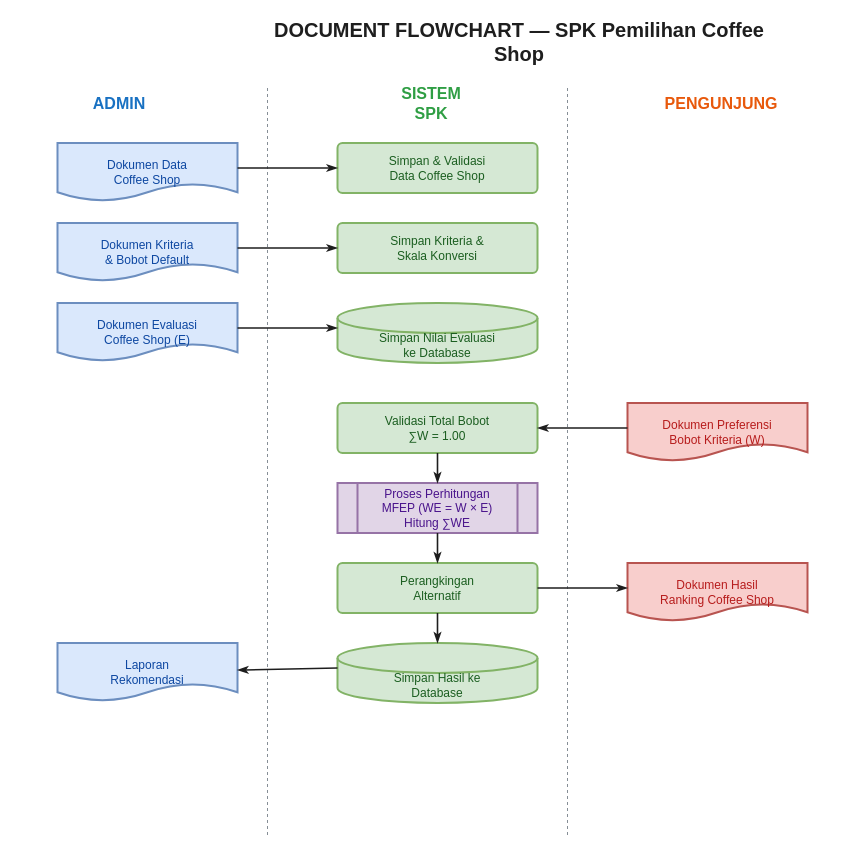
akbarwijayaa/ansi-07 keeps this draw.io diagram as drawio/document_flowchart.drawio. Above is the earlier version. Source tidied: cells renumbered, new cells numbered last; positions are measured from the earlier drawing's top-left corner, leaving out a move shared by most shapes. Both pictures are drawn from the tidied source at 100%, with x=0, y=0 at pixel (57, 28).
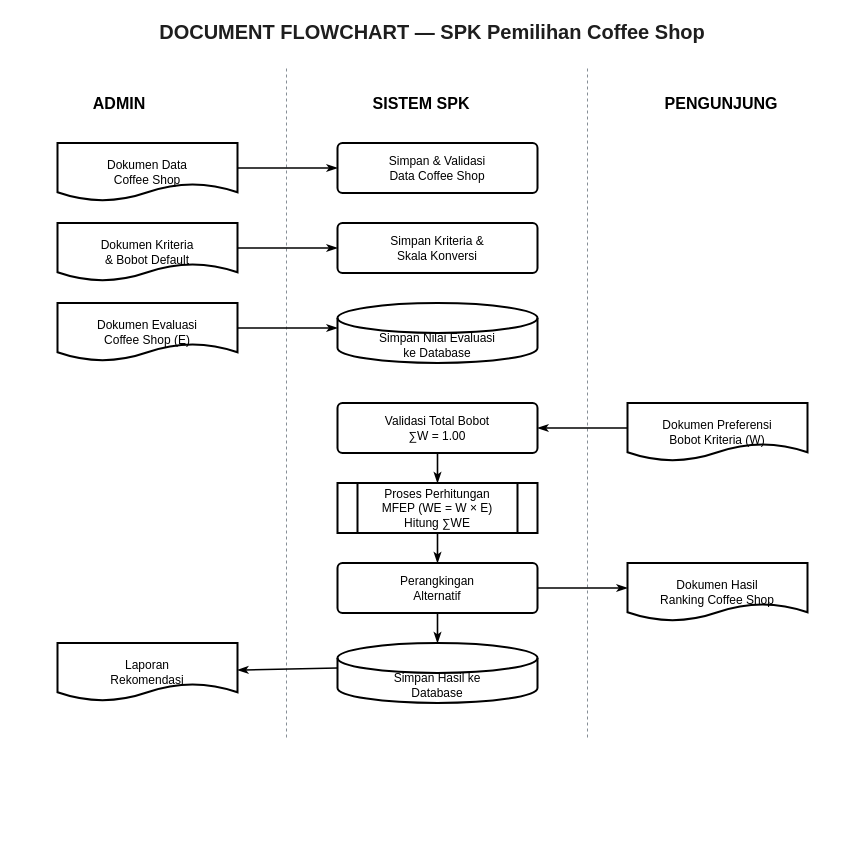
Above is the later version.

Change to the diagram source:
```diff
@@
-    <mxCell id="2" value="Dokumen Data&lt;br&gt;Coffee Shop" style="shape=document;fillColor=#dae8fc;strokeColor=#6c8ebf;fontColor=#0D47A1;fontSize=12;strokeWidth=2;shadow=0;html=1;whiteSpace=wrap;align=center;verticalAlign=middle;" parent="1" vertex="1">
+    <mxCell id="2" value="Dokumen Data&lt;br&gt;Coffee Shop" style="shape=document;fontSize=12;strokeWidth=2;shadow=0;html=1;whiteSpace=wrap;align=center;verticalAlign=middle;" parent="1" vertex="1">
       <mxGeometry y="114.5" width="180" height="58" as="geometry" />
     </mxCell>
-    <mxCell id="3" value="Simpan &amp; Validasi&lt;br&gt;Data Coffee Shop" style="rounded=1;arcSize=10;fillColor=#d5e8d4;strokeColor=#82b366;fontColor=#1B5E20;fontSize=12;strokeWidth=2;shadow=0;html=1;whiteSpace=wrap;align=center;verticalAlign=middle;" parent="1" vertex="1">
+    <mxCell id="3" value="Simpan &amp;amp; Validasi&lt;br&gt;Data Coffee Shop" style="rounded=1;arcSize=10;fontSize=12;strokeWidth=2;shadow=0;html=1;whiteSpace=wrap;align=center;verticalAlign=middle;" parent="1" vertex="1">
       <mxGeometry x="280" y="114.5" width="200" height="50" as="geometry" />
     </mxCell>
-    <mxCell id="4" value="Dokumen Kriteria&lt;br&gt;&amp; Bobot Default" style="shape=document;fillColor=#dae8fc;strokeColor=#6c8ebf;fontColor=#0D47A1;fontSize=12;strokeWidth=2;shadow=0;html=1;whiteSpace=wrap;align=center;verticalAlign=middle;" parent="1" vertex="1">
+    <mxCell id="4" value="Dokumen Kriteria&lt;br&gt;&amp;amp; Bobot Default" style="shape=document;fontSize=12;strokeWidth=2;shadow=0;html=1;whiteSpace=wrap;align=center;verticalAlign=middle;" parent="1" vertex="1">
       <mxGeometry y="194.5" width="180" height="58" as="geometry" />
     </mxCell>
-    <mxCell id="5" value="Simpan Kriteria &amp;&lt;br&gt;Skala Konversi" style="rounded=1;arcSize=10;fillColor=#d5e8d4;strokeColor=#82b366;fontColor=#1B5E20;fontSize=12;strokeWidth=2;shadow=0;html=1;whiteSpace=wrap;align=center;verticalAlign=middle;" parent="1" vertex="1">
+    <mxCell id="5" value="Simpan Kriteria &amp;amp;&lt;br&gt;Skala Konversi" style="rounded=1;arcSize=10;fontSize=12;strokeWidth=2;shadow=0;html=1;whiteSpace=wrap;align=center;verticalAlign=middle;" parent="1" vertex="1">
       <mxGeometry x="280" y="194.5" width="200" height="50" as="geometry" />
     </mxCell>
-    <mxCell id="6" value="Dokumen Evaluasi&lt;br&gt;Coffee Shop (E)" style="shape=document;fillColor=#dae8fc;strokeColor=#6c8ebf;fontColor=#0D47A1;fontSize=12;strokeWidth=2;shadow=0;html=1;whiteSpace=wrap;align=center;verticalAlign=middle;" parent="1" vertex="1">
+    <mxCell id="6" value="Dokumen Evaluasi&lt;br&gt;Coffee Shop (E)" style="shape=document;fontSize=12;strokeWidth=2;shadow=0;html=1;whiteSpace=wrap;align=center;verticalAlign=middle;" parent="1" vertex="1">
       <mxGeometry y="274.5" width="180" height="58" as="geometry" />
     </mxCell>
-    <mxCell id="7" value="Simpan Nilai Evaluasi&lt;br&gt;ke Database" style="shape=cylinder3;boundedLbl=1;backgroundOutline=1;size=15;fillColor=#d5e8d4;strokeColor=#82b366;fontColor=#1B5E20;fontSize=12;strokeWidth=2;shadow=0;html=1;whiteSpace=wrap;align=center;verticalAlign=middle;" parent="1" vertex="1">
+    <mxCell id="7" value="Simpan Nilai Evaluasi&lt;br&gt;ke Database" style="shape=cylinder3;boundedLbl=1;backgroundOutline=1;size=15;fontSize=12;strokeWidth=2;shadow=0;html=1;whiteSpace=wrap;align=center;verticalAlign=middle;" parent="1" vertex="1">
       <mxGeometry x="280" y="274.5" width="200" height="60" as="geometry" />
     </mxCell>
-    <mxCell id="8" value="Dokumen Preferensi&lt;br&gt;Bobot Kriteria (W)" style="shape=document;fillColor=#f8cecc;strokeColor=#b85450;fontColor=#B71C1C;fontSize=12;strokeWidth=2;shadow=0;html=1;whiteSpace=wrap;align=center;verticalAlign=middle;" parent="1" vertex="1">
+    <mxCell id="8" value="Dokumen Preferensi&lt;br&gt;Bobot Kriteria (W)" style="shape=document;fontSize=12;strokeWidth=2;shadow=0;html=1;whiteSpace=wrap;align=center;verticalAlign=middle;" parent="1" vertex="1">
       <mxGeometry x="570" y="374.5" width="180" height="58" as="geometry" />
     </mxCell>
-    <mxCell id="9" value="Validasi Total Bobot&lt;br&gt;∑W = 1.00" style="rounded=1;arcSize=10;fillColor=#d5e8d4;strokeColor=#82b366;fontColor=#1B5E20;fontSize=12;strokeWidth=2;shadow=0;html=1;whiteSpace=wrap;align=center;verticalAlign=middle;" parent="1" vertex="1">
+    <mxCell id="9" value="Validasi Total Bobot&lt;br&gt;∑W = 1.00" style="rounded=1;arcSize=10;fontSize=12;strokeWidth=2;shadow=0;html=1;whiteSpace=wrap;align=center;verticalAlign=middle;" parent="1" vertex="1">
       <mxGeometry x="280" y="374.5" width="200" height="50" as="geometry" />
     </mxCell>
-    <mxCell id="10" value="Proses Perhitungan&lt;br&gt;MFEP (WE = W × E)&lt;br&gt;Hitung ∑WE" style="shape=process;fillColor=#e1d5e7;strokeColor=#9673a6;fontColor=#4A148C;fontSize=12;strokeWidth=2;shadow=0;html=1;whiteSpace=wrap;align=center;verticalAlign=middle;" parent="1" vertex="1">
+    <mxCell id="10" value="Proses Perhitungan&lt;br&gt;MFEP (WE = W × E)&lt;br&gt;Hitung ∑WE" style="shape=process;fontSize=12;strokeWidth=2;shadow=0;html=1;whiteSpace=wrap;align=center;verticalAlign=middle;" parent="1" vertex="1">
       <mxGeometry x="280" y="454.5" width="200" height="50" as="geometry" />
     </mxCell>
-    <mxCell id="11" value="Perangkingan&lt;br&gt;Alternatif" style="rounded=1;arcSize=10;fillColor=#d5e8d4;strokeColor=#82b366;fontColor=#1B5E20;fontSize=12;strokeWidth=2;shadow=0;html=1;whiteSpace=wrap;align=center;verticalAlign=middle;" parent="1" vertex="1">
+    <mxCell id="11" value="Perangkingan&lt;br&gt;Alternatif" style="rounded=1;arcSize=10;fontSize=12;strokeWidth=2;shadow=0;html=1;whiteSpace=wrap;align=center;verticalAlign=middle;" parent="1" vertex="1">
       <mxGeometry x="280" y="534.5" width="200" height="50" as="geometry" />
     </mxCell>
-    <mxCell id="12" value="Dokumen Hasil&lt;br&gt;Ranking Coffee Shop" style="shape=document;fillColor=#f8cecc;strokeColor=#b85450;fontColor=#B71C1C;fontSize=12;strokeWidth=2;shadow=0;html=1;whiteSpace=wrap;align=center;verticalAlign=middle;" parent="1" vertex="1">
+    <mxCell id="12" value="Dokumen Hasil&lt;br&gt;Ranking Coffee Shop" style="shape=document;fontSize=12;strokeWidth=2;shadow=0;html=1;whiteSpace=wrap;align=center;verticalAlign=middle;" parent="1" vertex="1">
       <mxGeometry x="570" y="534.5" width="180" height="58" as="geometry" />
     </mxCell>
-    <mxCell id="13" value="Simpan Hasil ke&lt;br&gt;Database" style="shape=cylinder3;boundedLbl=1;backgroundOutline=1;size=15;fillColor=#d5e8d4;strokeColor=#82b366;fontColor=#1B5E20;fontSize=12;strokeWidth=2;shadow=0;html=1;whiteSpace=wrap;align=center;verticalAlign=middle;" parent="1" vertex="1">
+    <mxCell id="13" value="Simpan Hasil ke&lt;br&gt;Database" style="shape=cylinder3;boundedLbl=1;backgroundOutline=1;size=15;fontSize=12;strokeWidth=2;shadow=0;html=1;whiteSpace=wrap;align=center;verticalAlign=middle;" parent="1" vertex="1">
       <mxGeometry x="280" y="614.5" width="200" height="60" as="geometry" />
     </mxCell>
-    <mxCell id="14" value="Laporan&lt;br&gt;Rekomendasi" style="shape=document;fillColor=#dae8fc;strokeColor=#6c8ebf;fontColor=#0D47A1;fontSize=12;strokeWidth=2;shadow=0;html=1;whiteSpace=wrap;align=center;verticalAlign=middle;" parent="1" vertex="1">
+    <mxCell id="14" value="Laporan&lt;br&gt;Rekomendasi" style="shape=document;fontSize=12;strokeWidth=2;shadow=0;html=1;whiteSpace=wrap;align=center;verticalAlign=middle;" parent="1" vertex="1">
       <mxGeometry y="614.5" width="180" height="58" as="geometry" />
     </mxCell>
     <mxCell id="15" value="DOCUMENT FLOWCHART — SPK Pemilihan Coffee Shop" style="text;html=1;strokeColor=none;fillColor=none;fontColor=#1e1e1e;fontSize=20;align=center;verticalAlign=middle;whiteSpace=wrap;fontStyle=1;" parent="1" vertex="1">
-      <mxGeometry x="209" width="506" height="25" as="geometry" />
+      <mxGeometry x="-40" y="-10" width="830" height="25" as="geometry" />
     </mxCell>
-    <mxCell id="16" value="ADMIN" style="text;html=1;strokeColor=none;fillColor=none;fontColor=#1971c2;fontSize=16;align=center;verticalAlign=middle;whiteSpace=wrap;fontStyle=1;" parent="1" vertex="1">
+    <mxCell id="16" value="ADMIN" style="text;html=1;fontSize=16;align=center;verticalAlign=middle;whiteSpace=wrap;fontStyle=1;" parent="1" vertex="1">
       <mxGeometry x="40" y="64.5" width="44" height="20" as="geometry" />
     </mxCell>
-    <mxCell id="17" value="SISTEM SPK" style="text;html=1;strokeColor=none;fillColor=none;fontColor=#2f9e44;fontSize=16;align=center;verticalAlign=middle;whiteSpace=wrap;fontStyle=1;" parent="1" vertex="1">
-      <mxGeometry x="330" y="64.5" width="88" height="20" as="geometry" />
+    <mxCell id="17" value="SISTEM SPK" style="text;html=1;fontSize=16;align=center;verticalAlign=middle;whiteSpace=wrap;fontStyle=1;" parent="1" vertex="1">
+      <mxGeometry x="300" y="64.5" width="128" height="20" as="geometry" />
     </mxCell>
-    <mxCell id="18" value="PENGUNJUNG" style="text;html=1;strokeColor=none;fillColor=none;fontColor=#e8590c;fontSize=16;align=center;verticalAlign=middle;whiteSpace=wrap;fontStyle=1;" parent="1" vertex="1">
+    <mxCell id="18" value="PENGUNJUNG" style="text;html=1;fontSize=16;align=center;verticalAlign=middle;whiteSpace=wrap;fontStyle=1;" parent="1" vertex="1">
       <mxGeometry x="620" y="64.5" width="88" height="20" as="geometry" />
     </mxCell>
-    <mxCell id="19" style="endArrow=none;startArrow=none;html=1;strokeColor=#868e96;strokeWidth=1;dashed=1;" parent="1" edge="1">
+    <mxCell id="19" style="endArrow=none;startArrow=none;html=1;strokeColor=#868e96;strokeWidth=1;dashed=1;fontColor=#000000;" parent="1" edge="1">
       <mxGeometry relative="1" as="geometry">
-        <mxPoint x="210" y="59.5" as="sourcePoint" />
-        <mxPoint x="210" y="809.5" as="targetPoint" />
+        <mxPoint x="229" y="40" as="sourcePoint" />
+        <mxPoint x="229" y="710" as="targetPoint" />
       </mxGeometry>
     </mxCell>
-    <mxCell id="20" style="endArrow=none;startArrow=none;html=1;strokeColor=#868e96;strokeWidth=1;dashed=1;" parent="1" edge="1">
+    <mxCell id="20" style="endArrow=none;startArrow=none;html=1;strokeColor=#868e96;strokeWidth=1;dashed=1;fontColor=#000000;" parent="1" edge="1">
       <mxGeometry relative="1" as="geometry">
-        <mxPoint x="510" y="59.5" as="sourcePoint" />
-        <mxPoint x="510" y="809.5" as="targetPoint" />
+        <mxPoint x="530" y="40" as="sourcePoint" />
+        <mxPoint x="530" y="710" as="targetPoint" />
       </mxGeometry>
     </mxCell>
-    <mxCell id="21" style="endArrow=classicThin;endFill=1;html=1;rounded=0;strokeColor=#1e1e1e;strokeWidth=1.6;fontColor=#1e1e1e;fontSize=11;" parent="1" edge="1">
+    <mxCell id="21" style="endArrow=classicThin;endFill=1;html=1;rounded=0;strokeWidth=1.6;fontColor=#000000;fontSize=11;" parent="1" edge="1">
       <mxGeometry relative="1" as="geometry">
         <mxPoint x="180" y="139.5" as="sourcePoint" />
         <mxPoint x="280" y="139.5" as="targetPoint" />
       </mxGeometry>
     </mxCell>
-    <mxCell id="22" style="endArrow=classicThin;endFill=1;html=1;rounded=0;strokeColor=#1e1e1e;strokeWidth=1.6;fontColor=#1e1e1e;fontSize=11;" parent="1" edge="1">
+    <mxCell id="22" style="endArrow=classicThin;endFill=1;html=1;rounded=0;strokeWidth=1.6;fontColor=#000000;fontSize=11;" parent="1" edge="1">
       <mxGeometry relative="1" as="geometry">
         <mxPoint x="180" y="219.5" as="sourcePoint" />
         <mxPoint x="280" y="219.5" as="targetPoint" />
       </mxGeometry>
     </mxCell>
-    <mxCell id="23" style="endArrow=classicThin;endFill=1;html=1;rounded=0;strokeColor=#1e1e1e;strokeWidth=1.6;fontColor=#1e1e1e;fontSize=11;" parent="1" edge="1">
+    <mxCell id="23" style="endArrow=classicThin;endFill=1;html=1;rounded=0;strokeWidth=1.6;fontColor=#000000;fontSize=11;" parent="1" edge="1">
       <mxGeometry relative="1" as="geometry">
         <mxPoint x="180" y="299.5" as="sourcePoint" />
         <mxPoint x="280" y="299.5" as="targetPoint" />
       </mxGeometry>
     </mxCell>
-    <mxCell id="24" style="endArrow=classicThin;endFill=1;html=1;rounded=0;strokeColor=#1e1e1e;strokeWidth=1.6;fontColor=#1e1e1e;fontSize=11;" parent="1" edge="1">
+    <mxCell id="24" style="endArrow=classicThin;endFill=1;html=1;rounded=0;strokeWidth=1.6;fontColor=#000000;fontSize=11;" parent="1" edge="1">
       <mxGeometry relative="1" as="geometry">
         <mxPoint x="570" y="399.5" as="sourcePoint" />
         <mxPoint x="480" y="399.5" as="targetPoint" />
       </mxGeometry>
     </mxCell>
-    <mxCell id="25" style="endArrow=classicThin;endFill=1;html=1;rounded=0;strokeColor=#1e1e1e;strokeWidth=1.6;fontColor=#1e1e1e;fontSize=11;" parent="1" edge="1">
+    <mxCell id="25" style="endArrow=classicThin;endFill=1;html=1;rounded=0;strokeWidth=1.6;fontColor=#000000;fontSize=11;" parent="1" edge="1">
       <mxGeometry relative="1" as="geometry">
         <mxPoint x="380" y="424.5" as="sourcePoint" />
         <mxPoint x="380" y="454.5" as="targetPoint" />
       </mxGeometry>
     </mxCell>
-    <mxCell id="26" style="endArrow=classicThin;endFill=1;html=1;rounded=0;strokeColor=#1e1e1e;strokeWidth=1.6;fontColor=#1e1e1e;fontSize=11;" parent="1" edge="1">
+    <mxCell id="26" style="endArrow=classicThin;endFill=1;html=1;rounded=0;strokeWidth=1.6;fontColor=#000000;fontSize=11;" parent="1" edge="1">
       <mxGeometry relative="1" as="geometry">
         <mxPoint x="380" y="504.5" as="sourcePoint" />
         <mxPoint x="380" y="534.5" as="targetPoint" />
       </mxGeometry>
     </mxCell>
-    <mxCell id="27" style="endArrow=classicThin;endFill=1;html=1;rounded=0;strokeColor=#1e1e1e;strokeWidth=1.6;fontColor=#1e1e1e;fontSize=11;" parent="1" edge="1">
+    <mxCell id="27" style="endArrow=classicThin;endFill=1;html=1;rounded=0;strokeWidth=1.6;fontColor=#000000;fontSize=11;" parent="1" edge="1">
       <mxGeometry relative="1" as="geometry">
         <mxPoint x="480" y="559.5" as="sourcePoint" />
         <mxPoint x="570" y="559.5" as="targetPoint" />
       </mxGeometry>
     </mxCell>
-    <mxCell id="28" style="endArrow=classicThin;endFill=1;html=1;rounded=0;strokeColor=#1e1e1e;strokeWidth=1.6;fontColor=#1e1e1e;fontSize=11;" parent="1" edge="1">
+    <mxCell id="28" style="endArrow=classicThin;endFill=1;html=1;rounded=0;strokeWidth=1.6;fontColor=#000000;fontSize=11;" parent="1" edge="1">
       <mxGeometry relative="1" as="geometry">
         <mxPoint x="380" y="584.5" as="sourcePoint" />
         <mxPoint x="380" y="614.5" as="targetPoint" />
       </mxGeometry>
     </mxCell>
-    <mxCell id="29" style="endArrow=classicThin;endFill=1;html=1;rounded=0;strokeColor=#1e1e1e;strokeWidth=1.6;fontColor=#1e1e1e;fontSize=11;" parent="1" edge="1" target="14">
+    <mxCell id="29" style="endArrow=classicThin;endFill=1;html=1;rounded=0;strokeWidth=1.6;fontColor=#000000;fontSize=11;" parent="1" edge="1" target="14">
       <mxGeometry relative="1" as="geometry">
         <mxPoint x="280" y="639.5" as="sourcePoint" />
       </mxGeometry>
     </mxCell>
```
